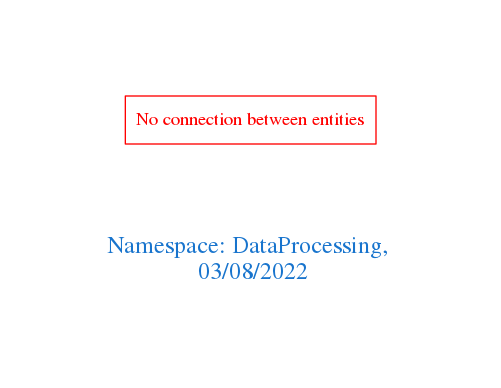
arago/OGIT keeps this Graphviz diagram as downloads/DataProcessing.png. Above is the earlier version. Its source is kept beside it as downloads/DataProcessing.dot.
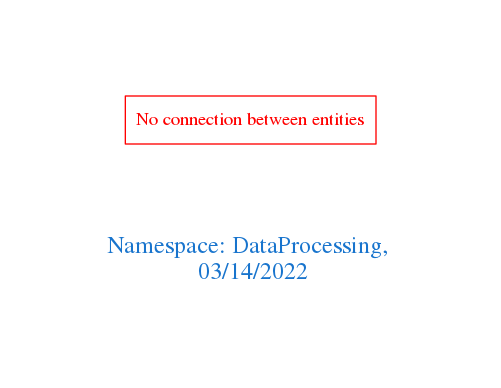
After the change.

What changed in the source:
```diff
@@ -1,7 +1,7 @@
 digraph OGIT_ontology {
  graph [ rankdir= LR,pad=1
 fontsize = 18,
-fontcolor= dodgerblue3,label = "\n\n\nNamespace: DataProcessing, \n 03/08/2022"];
+fontcolor= dodgerblue3,label = "\n\n\nNamespace: DataProcessing, \n 03/14/2022"];
 node[shape=polygon];
 edge [  color="gray81"];
 
```
